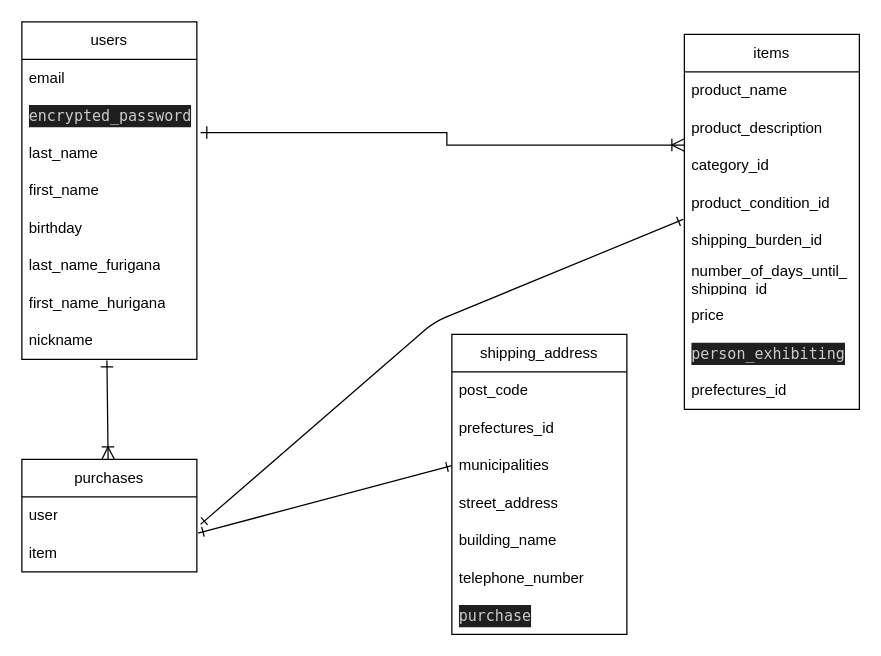
Above: app/views/test.dio in nagano19840910/furima-40222 (draw.io), before the change. Source tidied: cells renumbered, new cells numbered last; positions are measured from the earlier drawing's top-left corner, leaving out a move shared by most shapes. Both pictures are drawn from the tidied source at 125%, with x=0, y=0 at pixel (21, 21).
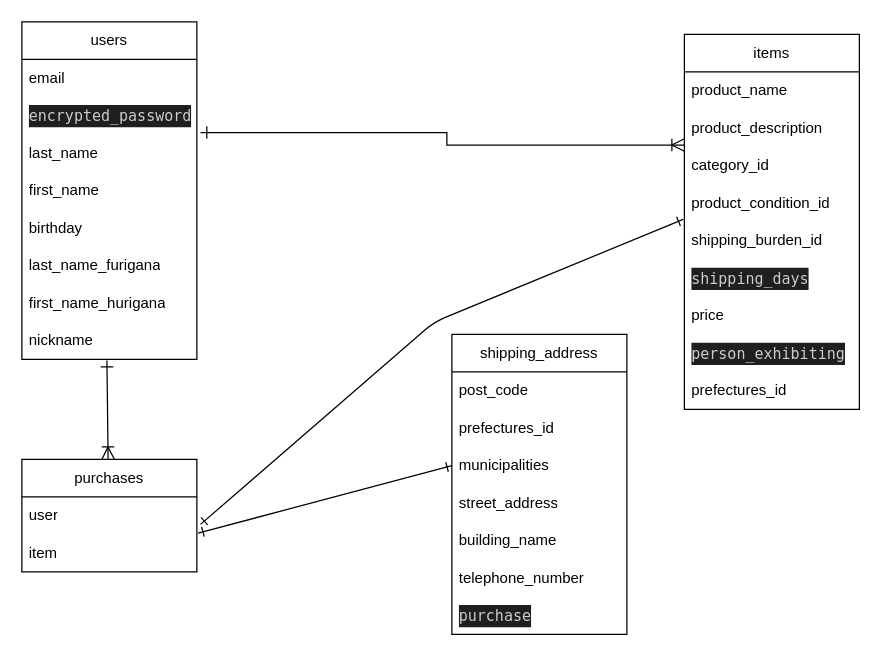
The same page after the edit.

Commit message (it also covers changes not shown here):
データベースコミット１２

Unchanged cells that the change refers to:
```xml
<mxCell id="11" value="items" style="swimlane;fontStyle=0;horizontal=1;startSize=30;whiteSpace=wrap;html=1;" parent="1" vertex="1">
  <mxGeometry x="530" y="10" width="140" height="300" as="geometry" />
</mxCell>
```

Diff of the diagram source:
```diff
@@
-    <mxCell id="17" value="number_of_days_until_&lt;br&gt;shipping_id" style="text;strokeColor=none;fillColor=none;align=left;verticalAlign=middle;spacingLeft=4;spacingRight=4;overflow=hidden;whiteSpace=wrap;html=1;" parent="11" vertex="1">
+    <mxCell id="17" value="&lt;div style=&quot;color: rgb(204, 204, 204); background-color: rgb(31, 31, 31); font-family: Menlo, Monaco, &amp;quot;Courier New&amp;quot;, monospace; line-height: 18px;&quot;&gt;&lt;div style=&quot;line-height: 18px;&quot;&gt;&lt;div style=&quot;line-height: 18px;&quot;&gt;shipping_days&lt;/div&gt;&lt;/div&gt;&lt;/div&gt;" style="text;strokeColor=none;fillColor=none;align=left;verticalAlign=middle;spacingLeft=4;spacingRight=4;overflow=hidden;whiteSpace=wrap;html=1;" parent="11" vertex="1">
       <mxGeometry y="180" width="140" height="30" as="geometry" />
     </mxCell>
```
